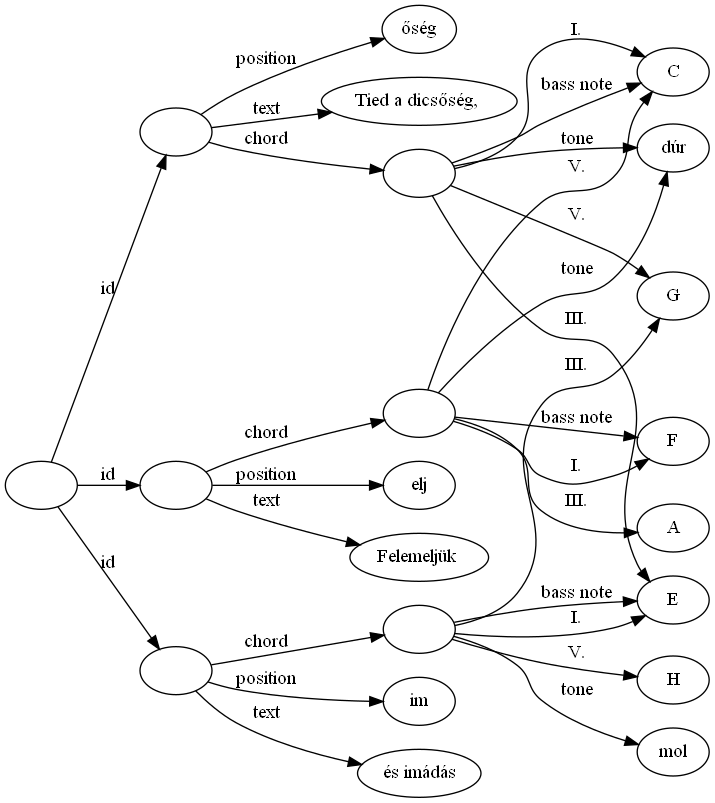
Ancsak01/szakdolgozat keeps this Graphviz diagram as szakdolgozat/images/img_src/representation_of_sheet.png. Above is the earlier version. Its source is kept beside it as szakdolgozat/images/img_src/representation_of_sheet.dot.
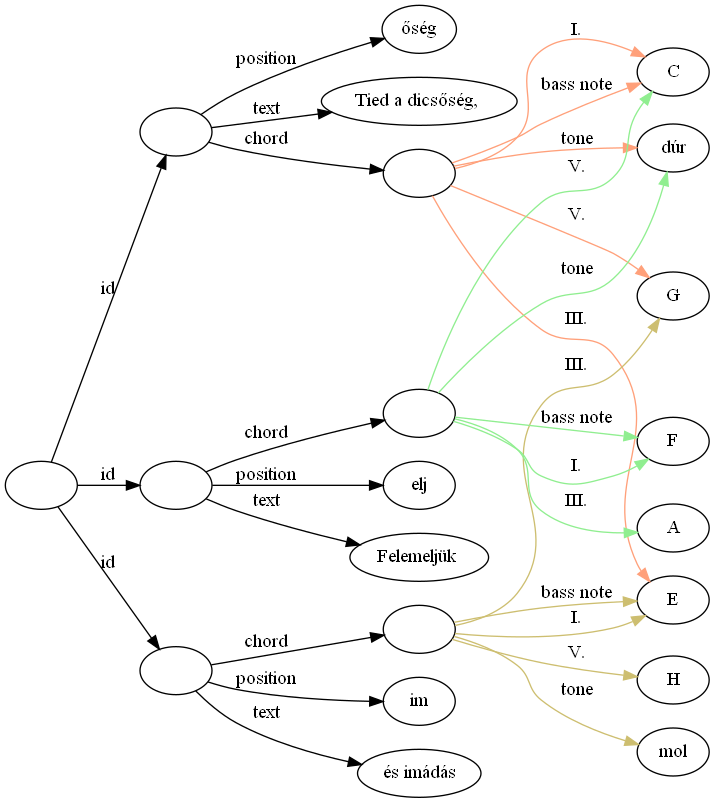
The same file after the commit.

Diff of the diagram source:
```diff
@@ -15,6 +15,7 @@
         segment_0_ID -> segment_0_Position [label="position"]
         segment_0_ID -> segment_0_Text [label="text"]
         segment_0_ID -> segment_0_Chord [label="chord"]
+        edge [color=lightsalmon]
         segment_0_Chord -> segment_0_Tone [label="tone"]
         segment_0_Chord -> segment_0_Deg1 [label="I."]
         segment_0_Chord -> segment_0_Deg3 [label="III."]
@@ -33,6 +34,7 @@
         segment_1_ID -> segment_1_Position [label="position"]
         segment_1_ID -> segment_1_Text [label="text"]
         segment_1_ID -> segment_1_Chord [label="chord"]
+        edge [color=lightgoldenrod3]
         segment_1_Chord -> segment_1_Tone [label="tone"]
         segment_1_Chord -> segment_0_Deg3 [label="I."]
         segment_1_Chord -> segment_0_Deg5 [label="III."]
@@ -51,6 +53,7 @@
         segment_2_ID -> segment_2_Position [label="position"]
         segment_2_ID -> segment_2_Text [label="text"]
         segment_2_ID -> segment_2_Chord [label="chord"]
+        edge [color=lightgreen]
         segment_2_Chord -> segment_0_Tone [label="tone"]
         segment_2_Chord -> segment_2_Deg1 [label="I."]
         segment_2_Chord -> segment_2_Deg3 [label="III."]
```
